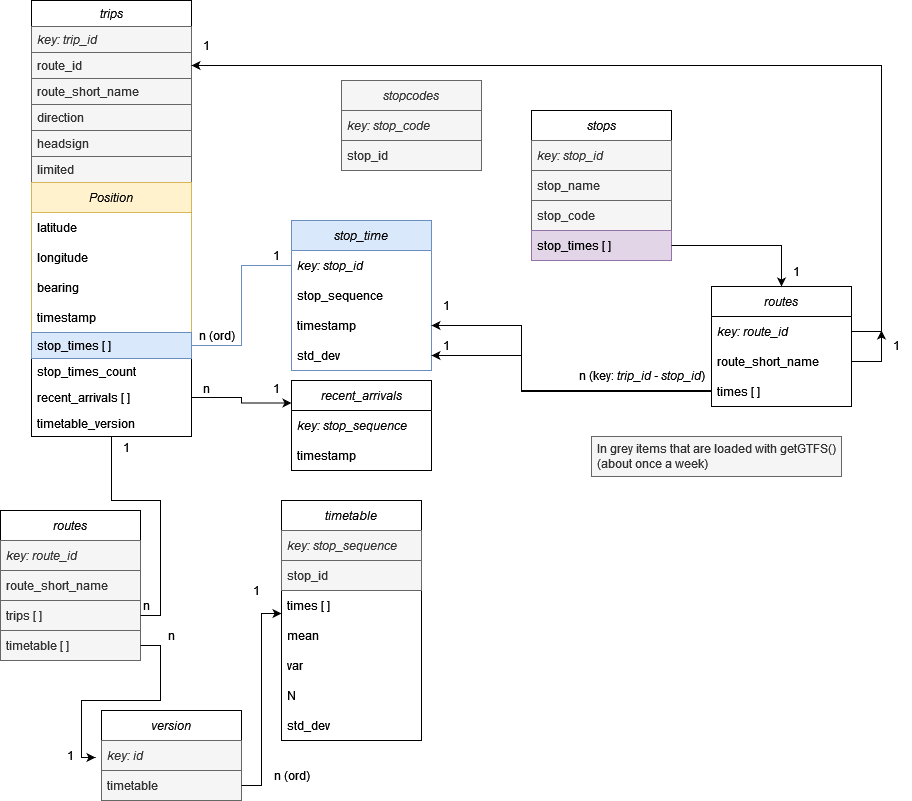
This is img/GTTtg diagram.drawio.png from gigianni/GTTTg, a draw.io export, as it was before one commit. Source tidied: cells renumbered, new cells last; positions are measured from the earlier drawing's top-left corner, leaving out a move shared by most shapes.
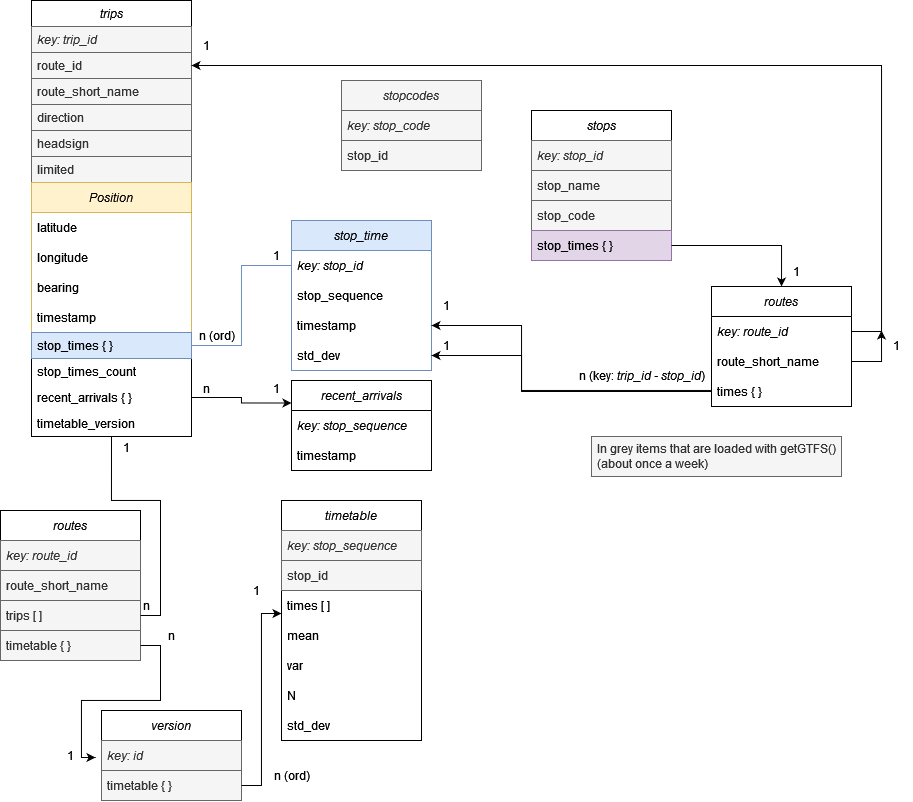
Above is the later version.

Change to the diagram source:
```diff
@@ -38,13 +38,13 @@
     <mxCell id="13" value="timestamp" style="text;strokeColor=none;fillColor=none;align=left;verticalAlign=middle;spacingLeft=4;spacingRight=4;overflow=hidden;" parent="9" vertex="1">
       <mxGeometry y="120" width="160" height="30" as="geometry" />
     </mxCell>
-    <mxCell id="14" value="stop_times [ ]" style="text;align=left;verticalAlign=top;spacingLeft=4;spacingRight=4;overflow=hidden;points=[[0,0.5],[1,0.5]];portConstraint=eastwest;rounded=0;shadow=0;html=0;fillColor=#dae8fc;strokeColor=#6c8ebf;" parent="2" vertex="1">
+    <mxCell id="14" value="stop_times { }" style="text;align=left;verticalAlign=top;spacingLeft=4;spacingRight=4;overflow=hidden;points=[[0,0.5],[1,0.5]];portConstraint=eastwest;rounded=0;shadow=0;html=0;fillColor=#dae8fc;strokeColor=#6c8ebf;" parent="2" vertex="1">
       <mxGeometry y="332" width="160" height="26" as="geometry" />
     </mxCell>
     <mxCell id="15" value="stop_times_count" style="text;align=left;verticalAlign=top;spacingLeft=4;spacingRight=4;overflow=hidden;rounded=0;shadow=0;html=0;" parent="2" vertex="1">
       <mxGeometry y="358" width="160" height="26" as="geometry" />
     </mxCell>
-    <mxCell id="16" value="recent_arrivals [ ]" style="text;align=left;verticalAlign=top;spacingLeft=4;spacingRight=4;overflow=hidden;points=[[0,0.5],[1,0.5]];portConstraint=eastwest;rounded=0;shadow=0;html=0;" parent="2" vertex="1">
+    <mxCell id="16" value="recent_arrivals { }" style="text;align=left;verticalAlign=top;spacingLeft=4;spacingRight=4;overflow=hidden;points=[[0,0.5],[1,0.5]];portConstraint=eastwest;rounded=0;shadow=0;html=0;" parent="2" vertex="1">
       <mxGeometry y="384" width="160" height="26" as="geometry" />
     </mxCell>
     <mxCell id="17" value="timetable_version" style="text;align=left;verticalAlign=top;spacingLeft=4;spacingRight=4;overflow=hidden;rounded=0;shadow=0;html=0;" parent="2" vertex="1">
@@ -77,7 +77,7 @@
     <mxCell id="26" value="stop_code" style="text;strokeColor=#666666;fillColor=#f5f5f5;align=left;verticalAlign=middle;spacingLeft=4;spacingRight=4;overflow=hidden;fontColor=#333333;" parent="23" vertex="1">
       <mxGeometry y="90" width="140" height="30" as="geometry" />
     </mxCell>
-    <mxCell id="27" value="stop_times [ ]" style="text;strokeColor=#9673a6;fillColor=#e1d5e7;align=left;verticalAlign=middle;spacingLeft=4;spacingRight=4;overflow=hidden;points=[[0,0.5],[1,0.5]];portConstraint=eastwest;" parent="23" vertex="1">
+    <mxCell id="27" value="stop_times { }" style="text;strokeColor=#9673a6;fillColor=#e1d5e7;align=left;verticalAlign=middle;spacingLeft=4;spacingRight=4;overflow=hidden;points=[[0,0.5],[1,0.5]];portConstraint=eastwest;" parent="23" vertex="1">
       <mxGeometry y="120" width="140" height="30" as="geometry" />
     </mxCell>
     <mxCell id="28" style="edgeStyle=orthogonalEdgeStyle;rounded=0;jettySize=auto;html=1;endArrow=none;endFill=0;fillColor=#dae8fc;strokeColor=#6c8ebf;" parent="1" edge="1" source="14" target="19">
@@ -110,7 +110,7 @@
     <mxCell id="37" value="trips [ ]" style="text;strokeColor=#666666;fillColor=#f5f5f5;align=left;verticalAlign=middle;spacingLeft=4;spacingRight=4;overflow=hidden;points=[[0,0.5],[1,0.5]];portConstraint=eastwest;fontColor=#333333;" parent="34" vertex="1">
       <mxGeometry y="90" width="140" height="30" as="geometry" />
     </mxCell>
-    <mxCell id="38" value="timetable [ ]" style="text;align=left;verticalAlign=middle;spacingLeft=4;spacingRight=4;overflow=hidden;points=[[0,0.5],[1,0.5]];portConstraint=eastwest;fillColor=#f5f5f5;fontColor=#333333;strokeColor=#666666;" parent="34" vertex="1">
+    <mxCell id="38" value="timetable { }" style="text;align=left;verticalAlign=middle;spacingLeft=4;spacingRight=4;overflow=hidden;points=[[0,0.5],[1,0.5]];portConstraint=eastwest;fillColor=#f5f5f5;fontColor=#333333;strokeColor=#666666;" parent="34" vertex="1">
       <mxGeometry y="120" width="140" height="30" as="geometry" />
     </mxCell>
     <mxCell id="39" value="timetable" style="swimlane;fontStyle=2;horizontal=1;startSize=30;" parent="1" vertex="1">
@@ -194,7 +194,7 @@
     <mxCell id="63" value="key: id" style="text;strokeColor=#666666;fillColor=#f5f5f5;align=left;verticalAlign=middle;spacingLeft=4;spacingRight=4;overflow=hidden;points=[[0,0.5],[1,0.5]];portConstraint=eastwest;fontStyle=2;fontColor=#333333;" parent="62" vertex="1">
       <mxGeometry y="30" width="140" height="30" as="geometry" />
     </mxCell>
-    <mxCell id="64" value="timetable" style="text;strokeColor=#666666;fillColor=#f5f5f5;align=left;verticalAlign=middle;spacingLeft=4;spacingRight=4;overflow=hidden;points=[[0,0.5],[1,0.5]];portConstraint=eastwest;fontColor=#333333;" parent="62" vertex="1">
+    <mxCell id="64" value="timetable { }" style="text;strokeColor=#666666;fillColor=#f5f5f5;align=left;verticalAlign=middle;spacingLeft=4;spacingRight=4;overflow=hidden;points=[[0,0.5],[1,0.5]];portConstraint=eastwest;fontColor=#333333;" parent="62" vertex="1">
       <mxGeometry y="60" width="140" height="30" as="geometry" />
     </mxCell>
     <mxCell id="65" style="edgeStyle=orthogonalEdgeStyle;rounded=0;jettySize=auto;html=1;entryX=-0.043;entryY=0.567;entryDx=0;entryDy=0;entryPerimeter=0;" parent="1" edge="1" source="38" target="63">
@@ -218,7 +218,7 @@
     <mxCell id="71" value="route_short_name" style="text;strokeColor=none;fillColor=none;align=left;verticalAlign=middle;spacingLeft=4;spacingRight=4;overflow=hidden;points=[[0,0.5],[1,0.5]];portConstraint=eastwest;" parent="69" vertex="1">
       <mxGeometry y="60" width="140" height="30" as="geometry" />
     </mxCell>
-    <mxCell id="72" value="times [ ]" style="text;strokeColor=none;fillColor=none;align=left;verticalAlign=middle;spacingLeft=4;spacingRight=4;overflow=hidden;points=[[0,0.5],[1,0.5]];portConstraint=eastwest;" parent="69" vertex="1">
+    <mxCell id="72" value="times { }" style="text;strokeColor=none;fillColor=none;align=left;verticalAlign=middle;spacingLeft=4;spacingRight=4;overflow=hidden;points=[[0,0.5],[1,0.5]];portConstraint=eastwest;" parent="69" vertex="1">
       <mxGeometry y="90" width="140" height="30" as="geometry" />
     </mxCell>
     <mxCell id="73" value="1" style="text;html=1;align=center;verticalAlign=middle;strokeColor=none;fillColor=none;" parent="1" vertex="1">
```
